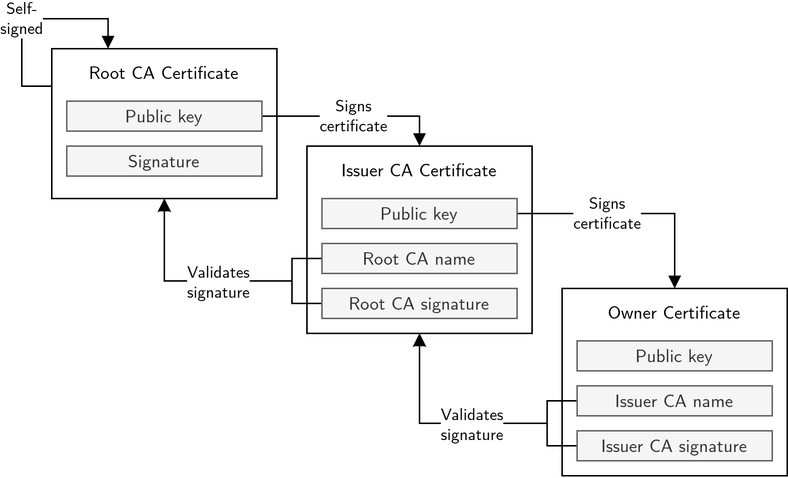
Earlier version of the draw.io export report/images/tls-chain.png (tedski999/dissertation). Source tidied: cells renumbered, new cells last; positions are measured from the earlier drawing's top-left corner, leaving out a move shared by most shapes. Its diagram source:
```xml
<mxGraphModel>
  <root>
    <mxCell id="0" />
    <mxCell id="1" parent="0" />
    <mxCell id="2" style="rounded=0;whiteSpace=wrap;html=1;fontFamily=Computer Modern;fontSource=http%3A%2F%2Fmirrors.ctan.org%2Ffonts%2Fcm-unicode%2Ffonts%2Fotf%2Fcmunss.otf;" parent="1" vertex="1">
      <mxGeometry x="20" y="20" width="150" height="100" as="geometry" />
    </mxCell>
    <mxCell id="3" value="Root CA Certificate" style="rounded=0;whiteSpace=wrap;html=1;strokeColor=none;fillColor=none;fontFamily=Computer Modern;fontSource=http%3A%2F%2Fmirrors.ctan.org%2Ffonts%2Fcm-unicode%2Ffonts%2Fotf%2Fcmunss.otf;" parent="1" vertex="1">
      <mxGeometry x="30" y="26" width="130" height="20" as="geometry" />
    </mxCell>
    <mxCell id="4" style="edgeStyle=orthogonalEdgeStyle;rounded=0;jettySize=auto;html=1;exitX=1;exitY=0.5;exitDx=0;exitDy=0;entryX=0.5;entryY=0;entryDx=0;entryDy=0;endArrow=block;endFill=1;fontFamily=Computer Modern;fontSource=http%3A%2F%2Fmirrors.ctan.org%2Ffonts%2Fcm-unicode%2Ffonts%2Fotf%2Fcmunss.otf;" parent="1" edge="1" source="6" target="8">
      <mxGeometry relative="1" as="geometry" />
    </mxCell>
    <mxCell id="5" value="&lt;div&gt;Signs&lt;/div&gt;&lt;div&gt;certificate&lt;br&gt;&lt;/div&gt;" style="edgeLabel;html=1;align=center;verticalAlign=middle;fontFamily=Computer Modern;fontSource=http%3A%2F%2Fmirrors.ctan.org%2Ffonts%2Fcm-unicode%2Ffonts%2Fotf%2Fcmunss.otf;" parent="4" vertex="1">
      <mxGeometry x="-0.16" relative="1" as="geometry">
        <mxPoint x="8" as="offset" />
      </mxGeometry>
    </mxCell>
    <mxCell id="6" value="Public key" style="rounded=0;whiteSpace=wrap;html=1;fillColor=#f5f5f5;fontColor=#333333;strokeColor=#666666;fontFamily=Computer Modern;fontSource=http%3A%2F%2Fmirrors.ctan.org%2Ffonts%2Fcm-unicode%2Ffonts%2Fotf%2Fcmunss.otf;" parent="1" vertex="1">
      <mxGeometry x="30" y="55" width="130" height="20" as="geometry" />
    </mxCell>
    <mxCell id="7" value="Signature" style="rounded=0;whiteSpace=wrap;html=1;fillColor=#f5f5f5;fontColor=#333333;strokeColor=#666666;fontFamily=Computer Modern;fontSource=http%3A%2F%2Fmirrors.ctan.org%2Ffonts%2Fcm-unicode%2Ffonts%2Fotf%2Fcmunss.otf;" parent="1" vertex="1">
      <mxGeometry x="30" y="85" width="130" height="20" as="geometry" />
    </mxCell>
    <mxCell id="8" style="rounded=0;whiteSpace=wrap;html=1;fontFamily=Computer Modern;fontSource=http%3A%2F%2Fmirrors.ctan.org%2Ffonts%2Fcm-unicode%2Ffonts%2Fotf%2Fcmunss.otf;" parent="1" vertex="1">
      <mxGeometry x="190" y="85" width="150" height="125" as="geometry" />
    </mxCell>
    <mxCell id="9" value="Issuer CA Certificate" style="rounded=0;whiteSpace=wrap;html=1;strokeColor=none;fillColor=none;fontFamily=Computer Modern;fontSource=http%3A%2F%2Fmirrors.ctan.org%2Ffonts%2Fcm-unicode%2Ffonts%2Fotf%2Fcmunss.otf;" parent="1" vertex="1">
      <mxGeometry x="200" y="91" width="130" height="20" as="geometry" />
    </mxCell>
    <mxCell id="10" style="edgeStyle=orthogonalEdgeStyle;rounded=0;jettySize=auto;html=1;exitX=1;exitY=0.5;exitDx=0;exitDy=0;entryX=0.5;entryY=0;entryDx=0;entryDy=0;endArrow=block;endFill=1;fontFamily=Computer Modern;fontSource=http%3A%2F%2Fmirrors.ctan.org%2Ffonts%2Fcm-unicode%2Ffonts%2Fotf%2Fcmunss.otf;" parent="1" edge="1" source="11" target="16">
      <mxGeometry relative="1" as="geometry" />
    </mxCell>
    <mxCell id="11" value="Public key" style="rounded=0;whiteSpace=wrap;html=1;fillColor=#f5f5f5;fontColor=#333333;strokeColor=#666666;fontFamily=Computer Modern;fontSource=http%3A%2F%2Fmirrors.ctan.org%2Ffonts%2Fcm-unicode%2Ffonts%2Fotf%2Fcmunss.otf;" parent="1" vertex="1">
      <mxGeometry x="200" y="120" width="130" height="20" as="geometry" />
    </mxCell>
    <mxCell id="12" style="edgeStyle=orthogonalEdgeStyle;rounded=0;jettySize=auto;html=1;exitX=0;exitY=0.5;exitDx=0;exitDy=0;entryX=0.5;entryY=1;entryDx=0;entryDy=0;fontFamily=Computer Modern;fontSource=http%3A%2F%2Fmirrors.ctan.org%2Ffonts%2Fcm-unicode%2Ffonts%2Fotf%2Fcmunss.otf;" parent="1" edge="1" source="13" target="2">
      <mxGeometry relative="1" as="geometry">
        <Array as="points">
          <mxPoint x="180" y="160" />
          <mxPoint x="180" y="175" />
          <mxPoint x="95" y="175" />
        </Array>
      </mxGeometry>
    </mxCell>
    <mxCell id="13" value="Root CA name" style="rounded=0;whiteSpace=wrap;html=1;fillColor=#f5f5f5;fontColor=#333333;strokeColor=#666666;fontFamily=Computer Modern;fontSource=http%3A%2F%2Fmirrors.ctan.org%2Ffonts%2Fcm-unicode%2Ffonts%2Fotf%2Fcmunss.otf;" parent="1" vertex="1">
      <mxGeometry x="200" y="150" width="130" height="20" as="geometry" />
    </mxCell>
    <mxCell id="14" style="edgeStyle=orthogonalEdgeStyle;rounded=0;jettySize=auto;html=1;exitX=0;exitY=0.5;exitDx=0;exitDy=0;entryX=0.5;entryY=1;entryDx=0;entryDy=0;endArrow=block;endFill=1;fontFamily=Computer Modern;fontSource=http%3A%2F%2Fmirrors.ctan.org%2Ffonts%2Fcm-unicode%2Ffonts%2Fotf%2Fcmunss.otf;" parent="1" edge="1" source="15" target="2">
      <mxGeometry relative="1" as="geometry">
        <Array as="points">
          <mxPoint x="180" y="190" />
          <mxPoint x="180" y="175" />
          <mxPoint x="95" y="175" />
        </Array>
      </mxGeometry>
    </mxCell>
    <mxCell id="15" value="Root CA signature" style="rounded=0;whiteSpace=wrap;html=1;fillColor=#f5f5f5;fontColor=#333333;strokeColor=#666666;fontFamily=Computer Modern;fontSource=http%3A%2F%2Fmirrors.ctan.org%2Ffonts%2Fcm-unicode%2Ffonts%2Fotf%2Fcmunss.otf;" parent="1" vertex="1">
      <mxGeometry x="200" y="180" width="130" height="20" as="geometry" />
    </mxCell>
    <mxCell id="16" style="rounded=0;whiteSpace=wrap;html=1;fontFamily=Computer Modern;fontSource=http%3A%2F%2Fmirrors.ctan.org%2Ffonts%2Fcm-unicode%2Ffonts%2Fotf%2Fcmunss.otf;" parent="1" vertex="1">
      <mxGeometry x="360" y="180" width="150" height="125" as="geometry" />
    </mxCell>
    <mxCell id="17" value="Owner Certificate" style="rounded=0;whiteSpace=wrap;html=1;strokeColor=none;fillColor=none;fontFamily=Computer Modern;fontSource=http%3A%2F%2Fmirrors.ctan.org%2Ffonts%2Fcm-unicode%2Ffonts%2Fotf%2Fcmunss.otf;" parent="1" vertex="1">
      <mxGeometry x="370" y="186" width="130" height="20" as="geometry" />
    </mxCell>
    <mxCell id="18" value="Public key" style="rounded=0;whiteSpace=wrap;html=1;fillColor=#f5f5f5;fontColor=#333333;strokeColor=#666666;fontFamily=Computer Modern;fontSource=http%3A%2F%2Fmirrors.ctan.org%2Ffonts%2Fcm-unicode%2Ffonts%2Fotf%2Fcmunss.otf;" parent="1" vertex="1">
      <mxGeometry x="370" y="215" width="130" height="20" as="geometry" />
    </mxCell>
    <mxCell id="19" style="edgeStyle=orthogonalEdgeStyle;rounded=0;jettySize=auto;html=1;exitX=0;exitY=0.5;exitDx=0;exitDy=0;entryX=0.5;entryY=1;entryDx=0;entryDy=0;fontFamily=Computer Modern;fontSource=http%3A%2F%2Fmirrors.ctan.org%2Ffonts%2Fcm-unicode%2Ffonts%2Fotf%2Fcmunss.otf;" parent="1" edge="1" source="20" target="8">
      <mxGeometry relative="1" as="geometry">
        <Array as="points">
          <mxPoint x="350" y="255" />
          <mxPoint x="350" y="270" />
          <mxPoint x="265" y="270" />
        </Array>
      </mxGeometry>
    </mxCell>
    <mxCell id="20" value="Issuer CA name" style="rounded=0;whiteSpace=wrap;html=1;fillColor=#f5f5f5;fontColor=#333333;strokeColor=#666666;fontFamily=Computer Modern;fontSource=http%3A%2F%2Fmirrors.ctan.org%2Ffonts%2Fcm-unicode%2Ffonts%2Fotf%2Fcmunss.otf;" parent="1" vertex="1">
      <mxGeometry x="370" y="245" width="130" height="20" as="geometry" />
    </mxCell>
    <mxCell id="21" style="edgeStyle=orthogonalEdgeStyle;rounded=0;jettySize=auto;html=1;exitX=0;exitY=0.5;exitDx=0;exitDy=0;entryX=0.5;entryY=1;entryDx=0;entryDy=0;endArrow=block;endFill=1;fontFamily=Computer Modern;fontSource=http%3A%2F%2Fmirrors.ctan.org%2Ffonts%2Fcm-unicode%2Ffonts%2Fotf%2Fcmunss.otf;" parent="1" edge="1" source="23" target="8">
      <mxGeometry relative="1" as="geometry">
        <Array as="points">
          <mxPoint x="350" y="285" />
          <mxPoint x="350" y="270" />
          <mxPoint x="265" y="270" />
        </Array>
      </mxGeometry>
    </mxCell>
    <mxCell id="22" value="&lt;div&gt;Validates&lt;/div&gt;&lt;div&gt;signature&lt;br&gt;&lt;/div&gt;" style="edgeLabel;html=1;align=center;verticalAlign=middle;fontFamily=Computer Modern;fontSource=http%3A%2F%2Fmirrors.ctan.org%2Ffonts%2Fcm-unicode%2Ffonts%2Fotf%2Fcmunss.otf;" parent="21" vertex="1">
      <mxGeometry y="-1" relative="1" as="geometry">
        <mxPoint x="4" y="2" as="offset" />
      </mxGeometry>
    </mxCell>
    <mxCell id="23" value="Issuer CA signature" style="rounded=0;whiteSpace=wrap;html=1;fillColor=#f5f5f5;fontColor=#333333;strokeColor=#666666;fontFamily=Computer Modern;fontSource=http%3A%2F%2Fmirrors.ctan.org%2Ffonts%2Fcm-unicode%2Ffonts%2Fotf%2Fcmunss.otf;" parent="1" vertex="1">
      <mxGeometry x="370" y="275" width="130" height="20" as="geometry" />
    </mxCell>
    <mxCell id="24" style="edgeStyle=orthogonalEdgeStyle;rounded=0;orthogonalLoop=1;jettySize=auto;html=1;exitX=0.5;exitY=1;exitDx=0;exitDy=0;fontFamily=Computer Modern;fontSource=http%3A%2F%2Fmirrors.ctan.org%2Ffonts%2Fcm-unicode%2Ffonts%2Fotf%2Fcmunss.otf;" parent="1" edge="1" source="20" target="20">
      <mxGeometry relative="1" as="geometry" />
    </mxCell>
    <mxCell id="25" value="&lt;div&gt;Signs&lt;/div&gt;&lt;div&gt;certificate&lt;/div&gt;" style="edgeLabel;html=1;align=center;verticalAlign=middle;fontFamily=Computer Modern;fontSource=http%3A%2F%2Fmirrors.ctan.org%2Ffonts%2Fcm-unicode%2Ffonts%2Fotf%2Fcmunss.otf;" parent="1" vertex="1">
      <mxGeometry x="390" y="130" as="geometry" />
    </mxCell>
    <mxCell id="26" value="&lt;div&gt;Validates&lt;/div&gt;&lt;div&gt;signature&lt;/div&gt;" style="edgeLabel;html=1;align=center;verticalAlign=middle;fontFamily=Computer Modern;fontSource=http%3A%2F%2Fmirrors.ctan.org%2Ffonts%2Fcm-unicode%2Ffonts%2Fotf%2Fcmunss.otf;" parent="1" vertex="1">
      <mxGeometry x="131" y="176" as="geometry" />
    </mxCell>
    <mxCell id="27" style="edgeStyle=orthogonalEdgeStyle;rounded=0;orthogonalLoop=1;jettySize=auto;html=1;exitX=0.25;exitY=0;exitDx=0;exitDy=0;entryX=0;entryY=0.25;entryDx=0;entryDy=0;startArrow=block;startFill=1;endArrow=none;endFill=0;fontFamily=Computer Modern;fontSource=http%3A%2F%2Fmirrors.ctan.org%2Ffonts%2Fcm-unicode%2Ffonts%2Fotf%2Fcmunss.otf;" parent="1" edge="1" source="2" target="2">
      <mxGeometry relative="1" as="geometry">
        <Array as="points">
          <mxPoint x="58" />
          <mxPoint />
          <mxPoint y="45" />
        </Array>
      </mxGeometry>
    </mxCell>
    <mxCell id="28" value="&lt;div&gt;Self-&lt;/div&gt;&lt;div&gt;signed&lt;br&gt;&lt;/div&gt;" style="edgeLabel;html=1;align=center;verticalAlign=middle;fontFamily=Computer Modern;fontSource=http%3A%2F%2Fmirrors.ctan.org%2Ffonts%2Fcm-unicode%2Ffonts%2Fotf%2Fcmunss.otf;" parent="1" vertex="1">
      <mxGeometry as="geometry" />
    </mxCell>
  </root>
</mxGraphModel>
```
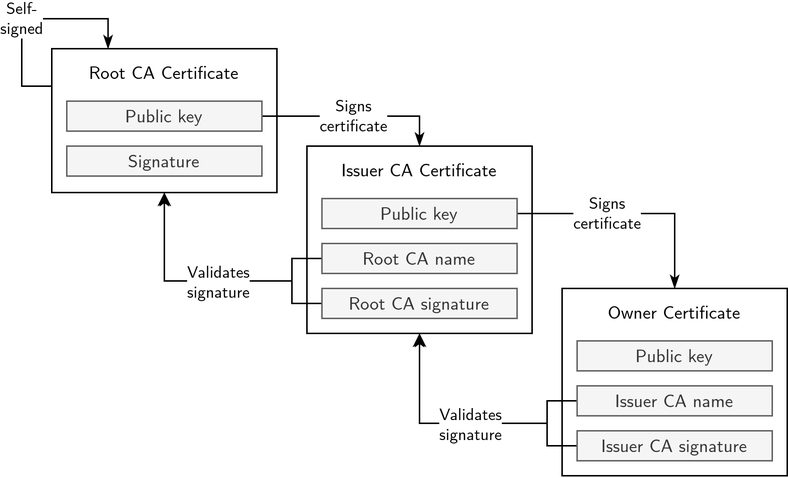
The same diagram one commit later.

The edit, as a diff of the source:
```diff
@@ -3,12 +3,12 @@
     <mxCell id="0" />
     <mxCell id="1" parent="0" />
     <mxCell id="2" style="rounded=0;whiteSpace=wrap;html=1;fontFamily=Computer Modern;fontSource=http%3A%2F%2Fmirrors.ctan.org%2Ffonts%2Fcm-unicode%2Ffonts%2Fotf%2Fcmunss.otf;" parent="1" vertex="1">
-      <mxGeometry x="20" y="20" width="150" height="100" as="geometry" />
+      <mxGeometry x="20" y="20" width="150" height="96" as="geometry" />
     </mxCell>
     <mxCell id="3" value="Root CA Certificate" style="rounded=0;whiteSpace=wrap;html=1;strokeColor=none;fillColor=none;fontFamily=Computer Modern;fontSource=http%3A%2F%2Fmirrors.ctan.org%2Ffonts%2Fcm-unicode%2Ffonts%2Fotf%2Fcmunss.otf;" parent="1" vertex="1">
       <mxGeometry x="30" y="26" width="130" height="20" as="geometry" />
     </mxCell>
-    <mxCell id="4" style="edgeStyle=orthogonalEdgeStyle;rounded=0;jettySize=auto;html=1;exitX=1;exitY=0.5;exitDx=0;exitDy=0;entryX=0.5;entryY=0;entryDx=0;entryDy=0;endArrow=block;endFill=1;fontFamily=Computer Modern;fontSource=http%3A%2F%2Fmirrors.ctan.org%2Ffonts%2Fcm-unicode%2Ffonts%2Fotf%2Fcmunss.otf;" parent="1" edge="1" source="6" target="8">
+    <mxCell id="4" style="edgeStyle=orthogonalEdgeStyle;rounded=0;jettySize=auto;html=1;exitX=1;exitY=0.5;exitDx=0;exitDy=0;entryX=0.5;entryY=0;entryDx=0;entryDy=0;endArrow=classicThin;endFill=1;fontFamily=Computer Modern;fontSource=http%3A%2F%2Fmirrors.ctan.org%2Ffonts%2Fcm-unicode%2Ffonts%2Fotf%2Fcmunss.otf;" parent="1" edge="1" source="6" target="8">
       <mxGeometry relative="1" as="geometry" />
     </mxCell>
     <mxCell id="5" value="&lt;div&gt;Signs&lt;/div&gt;&lt;div&gt;certificate&lt;br&gt;&lt;/div&gt;" style="edgeLabel;html=1;align=center;verticalAlign=middle;fontFamily=Computer Modern;fontSource=http%3A%2F%2Fmirrors.ctan.org%2Ffonts%2Fcm-unicode%2Ffonts%2Fotf%2Fcmunss.otf;" parent="4" vertex="1">
@@ -28,7 +28,7 @@
     <mxCell id="9" value="Issuer CA Certificate" style="rounded=0;whiteSpace=wrap;html=1;strokeColor=none;fillColor=none;fontFamily=Computer Modern;fontSource=http%3A%2F%2Fmirrors.ctan.org%2Ffonts%2Fcm-unicode%2Ffonts%2Fotf%2Fcmunss.otf;" parent="1" vertex="1">
       <mxGeometry x="200" y="91" width="130" height="20" as="geometry" />
     </mxCell>
-    <mxCell id="10" style="edgeStyle=orthogonalEdgeStyle;rounded=0;jettySize=auto;html=1;exitX=1;exitY=0.5;exitDx=0;exitDy=0;entryX=0.5;entryY=0;entryDx=0;entryDy=0;endArrow=block;endFill=1;fontFamily=Computer Modern;fontSource=http%3A%2F%2Fmirrors.ctan.org%2Ffonts%2Fcm-unicode%2Ffonts%2Fotf%2Fcmunss.otf;" parent="1" edge="1" source="11" target="16">
+    <mxCell id="10" style="edgeStyle=orthogonalEdgeStyle;rounded=0;jettySize=auto;html=1;exitX=1;exitY=0.5;exitDx=0;exitDy=0;entryX=0.5;entryY=0;entryDx=0;entryDy=0;endArrow=classicThin;endFill=1;fontFamily=Computer Modern;fontSource=http%3A%2F%2Fmirrors.ctan.org%2Ffonts%2Fcm-unicode%2Ffonts%2Fotf%2Fcmunss.otf;" parent="1" edge="1" source="11" target="16">
       <mxGeometry relative="1" as="geometry" />
     </mxCell>
     <mxCell id="11" value="Public key" style="rounded=0;whiteSpace=wrap;html=1;fillColor=#f5f5f5;fontColor=#333333;strokeColor=#666666;fontFamily=Computer Modern;fontSource=http%3A%2F%2Fmirrors.ctan.org%2Ffonts%2Fcm-unicode%2Ffonts%2Fotf%2Fcmunss.otf;" parent="1" vertex="1">
@@ -46,7 +46,7 @@
     <mxCell id="13" value="Root CA name" style="rounded=0;whiteSpace=wrap;html=1;fillColor=#f5f5f5;fontColor=#333333;strokeColor=#666666;fontFamily=Computer Modern;fontSource=http%3A%2F%2Fmirrors.ctan.org%2Ffonts%2Fcm-unicode%2Ffonts%2Fotf%2Fcmunss.otf;" parent="1" vertex="1">
       <mxGeometry x="200" y="150" width="130" height="20" as="geometry" />
     </mxCell>
-    <mxCell id="14" style="edgeStyle=orthogonalEdgeStyle;rounded=0;jettySize=auto;html=1;exitX=0;exitY=0.5;exitDx=0;exitDy=0;entryX=0.5;entryY=1;entryDx=0;entryDy=0;endArrow=block;endFill=1;fontFamily=Computer Modern;fontSource=http%3A%2F%2Fmirrors.ctan.org%2Ffonts%2Fcm-unicode%2Ffonts%2Fotf%2Fcmunss.otf;" parent="1" edge="1" source="15" target="2">
+    <mxCell id="14" style="edgeStyle=orthogonalEdgeStyle;rounded=0;jettySize=auto;html=1;exitX=0;exitY=0.5;exitDx=0;exitDy=0;entryX=0.5;entryY=1;entryDx=0;entryDy=0;endArrow=classicThin;endFill=1;fontFamily=Computer Modern;fontSource=http%3A%2F%2Fmirrors.ctan.org%2Ffonts%2Fcm-unicode%2Ffonts%2Fotf%2Fcmunss.otf;" parent="1" edge="1" source="15" target="2">
       <mxGeometry relative="1" as="geometry">
         <Array as="points">
           <mxPoint x="180" y="190" />
@@ -79,7 +79,7 @@
     <mxCell id="20" value="Issuer CA name" style="rounded=0;whiteSpace=wrap;html=1;fillColor=#f5f5f5;fontColor=#333333;strokeColor=#666666;fontFamily=Computer Modern;fontSource=http%3A%2F%2Fmirrors.ctan.org%2Ffonts%2Fcm-unicode%2Ffonts%2Fotf%2Fcmunss.otf;" parent="1" vertex="1">
       <mxGeometry x="370" y="245" width="130" height="20" as="geometry" />
     </mxCell>
-    <mxCell id="21" style="edgeStyle=orthogonalEdgeStyle;rounded=0;jettySize=auto;html=1;exitX=0;exitY=0.5;exitDx=0;exitDy=0;entryX=0.5;entryY=1;entryDx=0;entryDy=0;endArrow=block;endFill=1;fontFamily=Computer Modern;fontSource=http%3A%2F%2Fmirrors.ctan.org%2Ffonts%2Fcm-unicode%2Ffonts%2Fotf%2Fcmunss.otf;" parent="1" edge="1" source="23" target="8">
+    <mxCell id="21" style="edgeStyle=orthogonalEdgeStyle;rounded=0;jettySize=auto;html=1;exitX=0;exitY=0.5;exitDx=0;exitDy=0;entryX=0.5;entryY=1;entryDx=0;entryDy=0;endArrow=classicThin;endFill=1;fontFamily=Computer Modern;fontSource=http%3A%2F%2Fmirrors.ctan.org%2Ffonts%2Fcm-unicode%2Ffonts%2Fotf%2Fcmunss.otf;" parent="1" edge="1" source="23" target="8">
       <mxGeometry relative="1" as="geometry">
         <Array as="points">
           <mxPoint x="350" y="285" />
@@ -105,7 +105,7 @@
     <mxCell id="26" value="&lt;div&gt;Validates&lt;/div&gt;&lt;div&gt;signature&lt;/div&gt;" style="edgeLabel;html=1;align=center;verticalAlign=middle;fontFamily=Computer Modern;fontSource=http%3A%2F%2Fmirrors.ctan.org%2Ffonts%2Fcm-unicode%2Ffonts%2Fotf%2Fcmunss.otf;" parent="1" vertex="1">
       <mxGeometry x="131" y="176" as="geometry" />
     </mxCell>
-    <mxCell id="27" style="edgeStyle=orthogonalEdgeStyle;rounded=0;orthogonalLoop=1;jettySize=auto;html=1;exitX=0.25;exitY=0;exitDx=0;exitDy=0;entryX=0;entryY=0.25;entryDx=0;entryDy=0;startArrow=block;startFill=1;endArrow=none;endFill=0;fontFamily=Computer Modern;fontSource=http%3A%2F%2Fmirrors.ctan.org%2Ffonts%2Fcm-unicode%2Ffonts%2Fotf%2Fcmunss.otf;" parent="1" edge="1" source="2" target="2">
+    <mxCell id="27" style="edgeStyle=orthogonalEdgeStyle;rounded=0;orthogonalLoop=1;jettySize=auto;html=1;exitX=0.25;exitY=0;exitDx=0;exitDy=0;entryX=0;entryY=0.25;entryDx=0;entryDy=0;startArrow=classicThin;startFill=1;endArrow=none;endFill=0;fontFamily=Computer Modern;fontSource=http%3A%2F%2Fmirrors.ctan.org%2Ffonts%2Fcm-unicode%2Ffonts%2Fotf%2Fcmunss.otf;" parent="1" edge="1" source="2" target="2">
       <mxGeometry relative="1" as="geometry">
         <Array as="points">
           <mxPoint x="58" />
```
